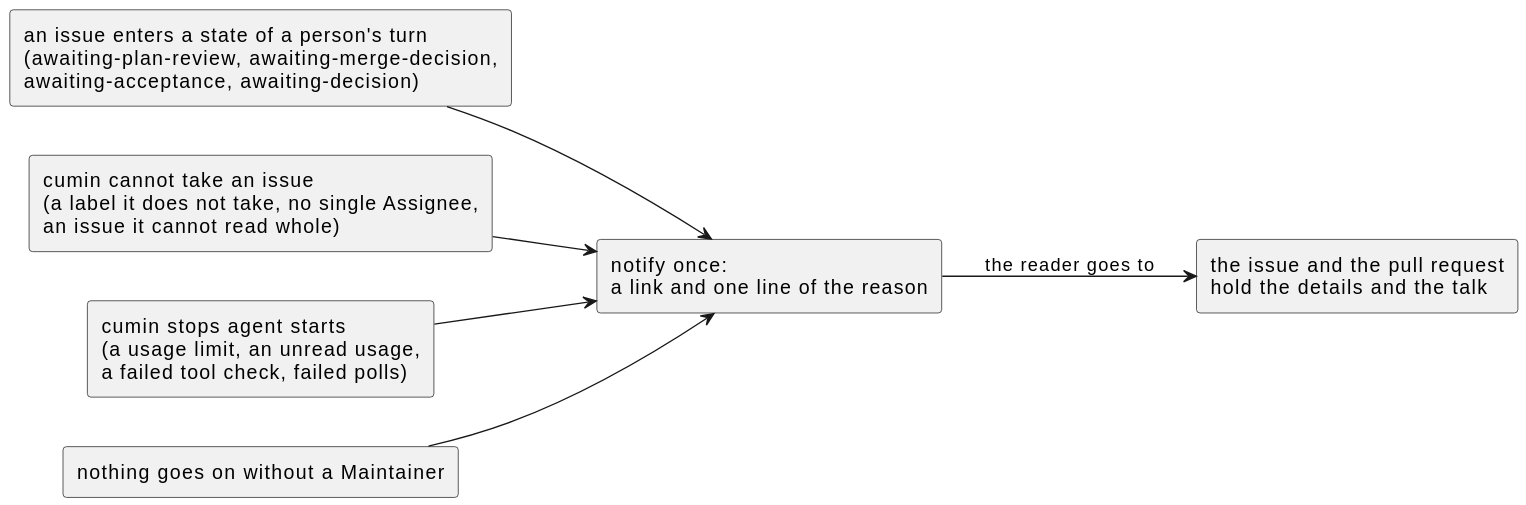
Above: docs/ja/requirements/notify/overview.svg in cloveclovedev/cumin-works (PlantUML), before the change. Its diagram source:
```plantuml
@startuml

left to right direction

rectangle "an issue enters a state of a person's turn\n(awaiting-plan-review, awaiting-merge-decision,\nawaiting-acceptance, awaiting-decision)" as Turn
rectangle "cumin cannot take an issue\n(a label it does not take, no single Assignee,\nan issue it cannot read whole)" as Cannot
rectangle "cumin stops agent starts\n(a usage limit, an unread usage,\na failed tool check, failed polls)" as Stop
rectangle "nothing goes on without a Maintainer" as Waits

rectangle "notify once:\na link and one line of the reason" as Notify
rectangle "the issue and the pull request\nhold the details and the talk" as GitHub

Turn --> Notify
Cannot --> Notify
Stop --> Notify
Waits --> Notify
Notify --> GitHub : the reader goes to
@enduml
```
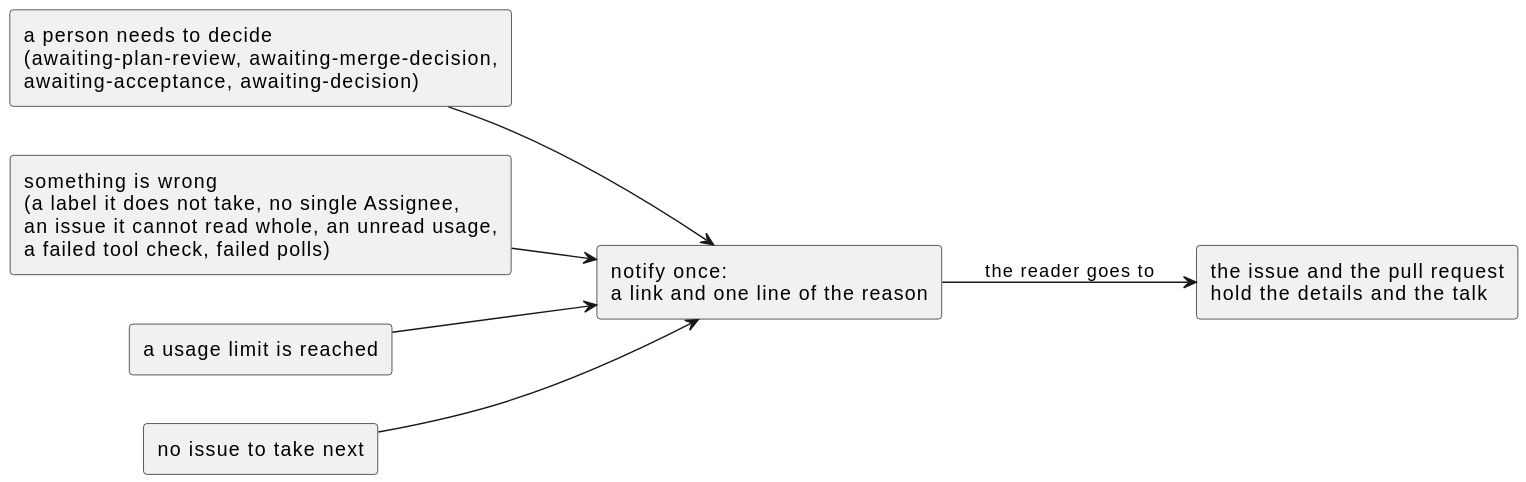
After the commit.

The edit, as a diff of the source:
```diff
@@ -2,17 +2,17 @@
 
 left to right direction
 
-rectangle "an issue enters a state of a person's turn\n(awaiting-plan-review, awaiting-merge-decision,\nawaiting-acceptance, awaiting-decision)" as Turn
-rectangle "cumin cannot take an issue\n(a label it does not take, no single Assignee,\nan issue it cannot read whole)" as Cannot
-rectangle "cumin stops agent starts\n(a usage limit, an unread usage,\na failed tool check, failed polls)" as Stop
-rectangle "nothing goes on without a Maintainer" as Waits
+rectangle "a person needs to decide\n(awaiting-plan-review, awaiting-merge-decision,\nawaiting-acceptance, awaiting-decision)" as Decide
+rectangle "something is wrong\n(a label it does not take, no single Assignee,\nan issue it cannot read whole, an unread usage,\na failed tool check, failed polls)" as Wrong
+rectangle "a usage limit is reached" as Limit
+rectangle "no issue to take next" as Waits
 
 rectangle "notify once:\na link and one line of the reason" as Notify
 rectangle "the issue and the pull request\nhold the details and the talk" as GitHub
 
-Turn --> Notify
-Cannot --> Notify
-Stop --> Notify
+Decide --> Notify
+Wrong --> Notify
+Limit --> Notify
 Waits --> Notify
 Notify --> GitHub : the reader goes to
 @enduml
```
